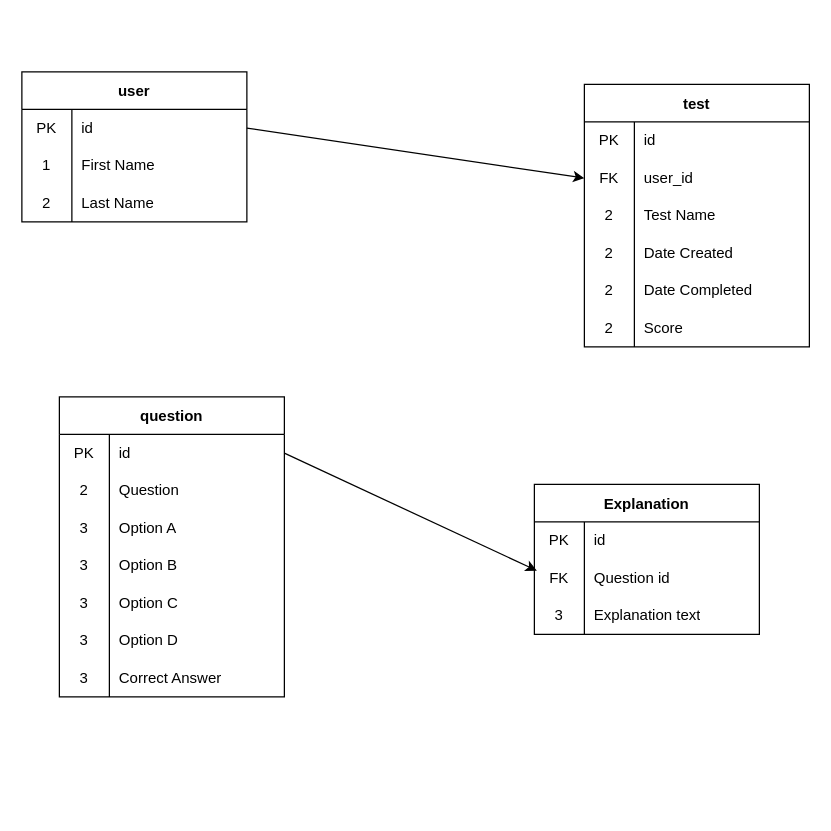
This is server/dump/db.drawio from adrianorban/quizAppServer, a draw.io file, before an edit. Source tidied: cells renumbered, new cells numbered last; positions are measured from the earlier drawing's top-left corner, leaving out a move shared by most shapes. Both pictures are drawn from the tidied source at 125%, with x=0, y=0 at pixel (21, 71).
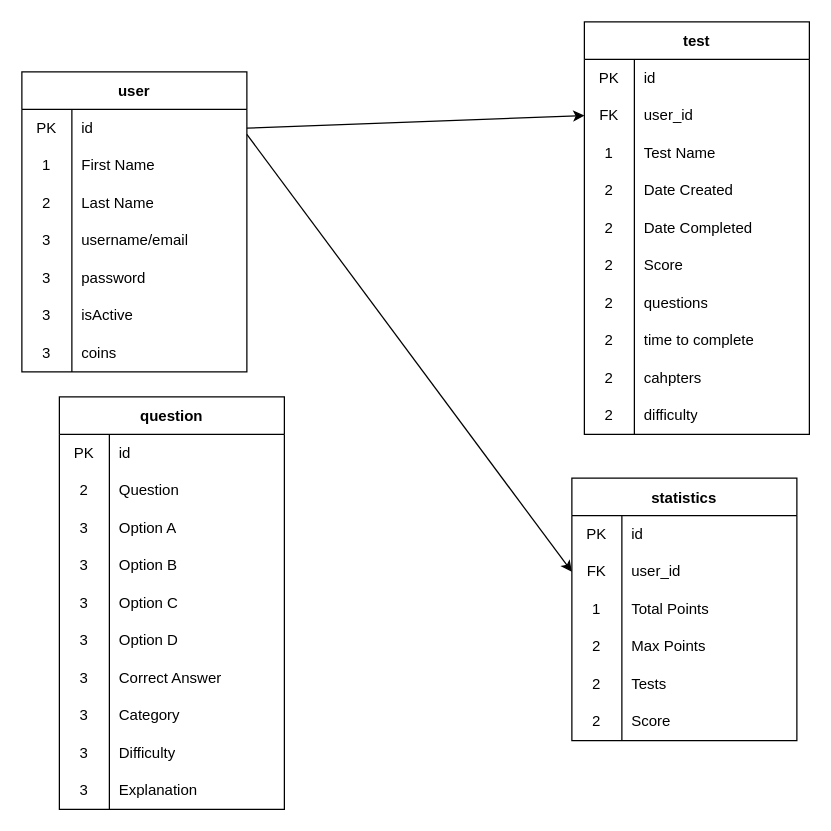
The same diagram, later.

The change refers to these unchanged cells:
```xml
<mxCell id="19" style="shape=tableRow;horizontal=0;startSize=0;swimlaneHead=0;swimlaneBody=0;top=0;left=0;bottom=0;right=0;fillColor=none;" parent="12" vertex="1">
  <mxGeometry y="90" width="180" height="30" as="geometry" />
</mxCell>
<mxCell id="32" style="shape=tableRow;horizontal=0;startSize=0;swimlaneHead=0;swimlaneBody=0;top=0;left=0;bottom=0;right=0;fillColor=none;points=[[0,0.5],[1,0.5]];portConstraint=eastwest;" parent="31" vertex="1">
  <mxGeometry y="30" width="180" height="30" as="geometry" />
</mxCell>
```

Change to the diagram source:
```diff
@@
     <mxCell id="2" value="user" style="shape=table;startSize=30;childLayout=tableLayout;rowLines=0;fontStyle=1;" parent="1" vertex="1">
-      <mxGeometry width="180" height="120" as="geometry" />
+      <mxGeometry width="180" height="240" as="geometry" />
     </mxCell>
@@
+    <mxCell id="65" style="shape=tableRow;horizontal=0;startSize=0;swimlaneHead=0;swimlaneBody=0;top=0;left=0;bottom=0;right=0;fillColor=none;" parent="2" vertex="1">
+      <mxGeometry y="120" width="180" height="30" as="geometry" />
+    </mxCell>
+    <mxCell id="66" value="3" style="shape=partialRectangle;html=1;whiteSpace=wrap;fillColor=none;top=0;left=0;bottom=0;right=0;overflow=hidden;" parent="65" vertex="1">
+      <mxGeometry width="40" height="30" as="geometry" />
+    </mxCell>
+    <mxCell id="67" value="username/email" style="shape=partialRectangle;html=1;whiteSpace=wrap;fillColor=none;top=0;left=0;bottom=0;right=0;align=left;spacingLeft=6;overflow=hidden;" parent="65" vertex="1">
+      <mxGeometry x="40" width="140" height="30" as="geometry" />
+    </mxCell>
+    <mxCell id="68" style="shape=tableRow;horizontal=0;startSize=0;swimlaneHead=0;swimlaneBody=0;top=0;left=0;bottom=0;right=0;fillColor=none;" parent="2" vertex="1">
+      <mxGeometry y="150" width="180" height="30" as="geometry" />
+    </mxCell>
+    <mxCell id="69" value="3" style="shape=partialRectangle;html=1;whiteSpace=wrap;fillColor=none;top=0;left=0;bottom=0;right=0;overflow=hidden;" parent="68" vertex="1">
+      <mxGeometry width="40" height="30" as="geometry" />
+    </mxCell>
+    <mxCell id="70" value="password" style="shape=partialRectangle;html=1;whiteSpace=wrap;fillColor=none;top=0;left=0;bottom=0;right=0;align=left;spacingLeft=6;overflow=hidden;" parent="68" vertex="1">
+      <mxGeometry x="40" width="140" height="30" as="geometry" />
+    </mxCell>
+    <mxCell id="71" style="shape=tableRow;horizontal=0;startSize=0;swimlaneHead=0;swimlaneBody=0;top=0;left=0;bottom=0;right=0;fillColor=none;" parent="2" vertex="1">
+      <mxGeometry y="180" width="180" height="30" as="geometry" />
+    </mxCell>
+    <mxCell id="72" value="3" style="shape=partialRectangle;html=1;whiteSpace=wrap;fillColor=none;top=0;left=0;bottom=0;right=0;overflow=hidden;" parent="71" vertex="1">
+      <mxGeometry width="40" height="30" as="geometry" />
+    </mxCell>
+    <mxCell id="73" value="isActive" style="shape=partialRectangle;html=1;whiteSpace=wrap;fillColor=none;top=0;left=0;bottom=0;right=0;align=left;spacingLeft=6;overflow=hidden;" parent="71" vertex="1">
+      <mxGeometry x="40" width="140" height="30" as="geometry" />
+    </mxCell>
+    <mxCell id="74" style="shape=tableRow;horizontal=0;startSize=0;swimlaneHead=0;swimlaneBody=0;top=0;left=0;bottom=0;right=0;fillColor=none;" parent="2" vertex="1">
+      <mxGeometry y="210" width="180" height="30" as="geometry" />
+    </mxCell>
+    <mxCell id="75" value="3" style="shape=partialRectangle;html=1;whiteSpace=wrap;fillColor=none;top=0;left=0;bottom=0;right=0;overflow=hidden;" parent="74" vertex="1">
+      <mxGeometry width="40" height="30" as="geometry" />
+    </mxCell>
+    <mxCell id="76" value="coins" style="shape=partialRectangle;html=1;whiteSpace=wrap;fillColor=none;top=0;left=0;bottom=0;right=0;align=left;spacingLeft=6;overflow=hidden;" parent="74" vertex="1">
+      <mxGeometry x="40" width="140" height="30" as="geometry" />
+    </mxCell>
     <mxCell id="12" value="test" style="shape=table;startSize=30;childLayout=tableLayout;rowLines=0;fontStyle=1;" parent="1" vertex="1">
-      <mxGeometry x="450" y="10" width="180" height="210" as="geometry" />
+      <mxGeometry x="450" y="-40" width="180" height="330" as="geometry" />
     </mxCell>
@@
-    <mxCell id="20" value="2" style="shape=partialRectangle;html=1;whiteSpace=wrap;fillColor=none;top=0;left=0;bottom=0;right=0;overflow=hidden;" parent="19" vertex="1">
+    <mxCell id="20" value="1" style="shape=partialRectangle;html=1;whiteSpace=wrap;fillColor=none;top=0;left=0;bottom=0;right=0;overflow=hidden;" parent="19" vertex="1">
       <mxGeometry width="40" height="30" as="geometry" />
     </mxCell>
@@
+    <mxCell id="77" style="shape=tableRow;horizontal=0;startSize=0;swimlaneHead=0;swimlaneBody=0;top=0;left=0;bottom=0;right=0;fillColor=none;" parent="12" vertex="1">
+      <mxGeometry y="210" width="180" height="30" as="geometry" />
+    </mxCell>
+    <mxCell id="78" value="2" style="shape=partialRectangle;html=1;whiteSpace=wrap;fillColor=none;top=0;left=0;bottom=0;right=0;overflow=hidden;" parent="77" vertex="1">
+      <mxGeometry width="40" height="30" as="geometry" />
+    </mxCell>
+    <mxCell id="79" value="questions" style="shape=partialRectangle;html=1;whiteSpace=wrap;fillColor=none;top=0;left=0;bottom=0;right=0;align=left;spacingLeft=6;overflow=hidden;" parent="77" vertex="1">
+      <mxGeometry x="40" width="140" height="30" as="geometry" />
+    </mxCell>
+    <mxCell id="80" style="shape=tableRow;horizontal=0;startSize=0;swimlaneHead=0;swimlaneBody=0;top=0;left=0;bottom=0;right=0;fillColor=none;" parent="12" vertex="1">
+      <mxGeometry y="240" width="180" height="30" as="geometry" />
+    </mxCell>
+    <mxCell id="81" value="2" style="shape=partialRectangle;html=1;whiteSpace=wrap;fillColor=none;top=0;left=0;bottom=0;right=0;overflow=hidden;" parent="80" vertex="1">
+      <mxGeometry width="40" height="30" as="geometry" />
+    </mxCell>
+    <mxCell id="82" value="time to complete" style="shape=partialRectangle;html=1;whiteSpace=wrap;fillColor=none;top=0;left=0;bottom=0;right=0;align=left;spacingLeft=6;overflow=hidden;" parent="80" vertex="1">
+      <mxGeometry x="40" width="140" height="30" as="geometry" />
+    </mxCell>
+    <mxCell id="83" style="shape=tableRow;horizontal=0;startSize=0;swimlaneHead=0;swimlaneBody=0;top=0;left=0;bottom=0;right=0;fillColor=none;" parent="12" vertex="1">
+      <mxGeometry y="270" width="180" height="30" as="geometry" />
+    </mxCell>
+    <mxCell id="84" value="2" style="shape=partialRectangle;html=1;whiteSpace=wrap;fillColor=none;top=0;left=0;bottom=0;right=0;overflow=hidden;" parent="83" vertex="1">
+      <mxGeometry width="40" height="30" as="geometry" />
+    </mxCell>
+    <mxCell id="85" value="cahpters" style="shape=partialRectangle;html=1;whiteSpace=wrap;fillColor=none;top=0;left=0;bottom=0;right=0;align=left;spacingLeft=6;overflow=hidden;" parent="83" vertex="1">
+      <mxGeometry x="40" width="140" height="30" as="geometry" />
+    </mxCell>
+    <mxCell id="86" style="shape=tableRow;horizontal=0;startSize=0;swimlaneHead=0;swimlaneBody=0;top=0;left=0;bottom=0;right=0;fillColor=none;" parent="12" vertex="1">
+      <mxGeometry y="300" width="180" height="30" as="geometry" />
+    </mxCell>
+    <mxCell id="87" value="2" style="shape=partialRectangle;html=1;whiteSpace=wrap;fillColor=none;top=0;left=0;bottom=0;right=0;overflow=hidden;" parent="86" vertex="1">
+      <mxGeometry width="40" height="30" as="geometry" />
+    </mxCell>
+    <mxCell id="88" value="difficulty" style="shape=partialRectangle;html=1;whiteSpace=wrap;fillColor=none;top=0;left=0;bottom=0;right=0;align=left;spacingLeft=6;overflow=hidden;" parent="86" vertex="1">
+      <mxGeometry x="40" width="140" height="30" as="geometry" />
+    </mxCell>
     <mxCell id="31" value="question" style="shape=table;startSize=30;childLayout=tableLayout;rowLines=0;fontStyle=1;" parent="1" vertex="1">
-      <mxGeometry x="30" y="260" width="180" height="240" as="geometry" />
+      <mxGeometry x="30" y="260" width="180" height="330" as="geometry" />
     </mxCell>
@@
+    <mxCell id="89" style="shape=tableRow;horizontal=0;startSize=0;swimlaneHead=0;swimlaneBody=0;top=0;left=0;bottom=0;right=0;fillColor=none;" parent="31" vertex="1">
+      <mxGeometry y="240" width="180" height="30" as="geometry" />
+    </mxCell>
+    <mxCell id="90" value="3" style="shape=partialRectangle;html=1;whiteSpace=wrap;fillColor=none;top=0;left=0;bottom=0;right=0;overflow=hidden;" parent="89" vertex="1">
+      <mxGeometry width="40" height="30" as="geometry" />
+    </mxCell>
+    <mxCell id="91" value="Category" style="shape=partialRectangle;html=1;whiteSpace=wrap;fillColor=none;top=0;left=0;bottom=0;right=0;align=left;spacingLeft=6;overflow=hidden;" parent="89" vertex="1">
+      <mxGeometry x="40" width="140" height="30" as="geometry" />
+    </mxCell>
+    <mxCell id="92" style="shape=tableRow;horizontal=0;startSize=0;swimlaneHead=0;swimlaneBody=0;top=0;left=0;bottom=0;right=0;fillColor=none;" parent="31" vertex="1">
+      <mxGeometry y="270" width="180" height="30" as="geometry" />
+    </mxCell>
+    <mxCell id="93" value="3" style="shape=partialRectangle;html=1;whiteSpace=wrap;fillColor=none;top=0;left=0;bottom=0;right=0;overflow=hidden;" parent="92" vertex="1">
+      <mxGeometry width="40" height="30" as="geometry" />
+    </mxCell>
+    <mxCell id="94" value="Difficulty" style="shape=partialRectangle;html=1;whiteSpace=wrap;fillColor=none;top=0;left=0;bottom=0;right=0;align=left;spacingLeft=6;overflow=hidden;" parent="92" vertex="1">
+      <mxGeometry x="40" width="140" height="30" as="geometry" />
+    </mxCell>
+    <mxCell id="95" style="shape=tableRow;horizontal=0;startSize=0;swimlaneHead=0;swimlaneBody=0;top=0;left=0;bottom=0;right=0;fillColor=none;" parent="31" vertex="1">
+      <mxGeometry y="300" width="180" height="30" as="geometry" />
+    </mxCell>
+    <mxCell id="96" value="3" style="shape=partialRectangle;html=1;whiteSpace=wrap;fillColor=none;top=0;left=0;bottom=0;right=0;overflow=hidden;" parent="95" vertex="1">
+      <mxGeometry width="40" height="30" as="geometry" />
+    </mxCell>
+    <mxCell id="54" value="Explanation" style="shape=partialRectangle;html=1;whiteSpace=wrap;fillColor=none;top=0;left=0;bottom=0;right=0;align=left;spacingLeft=6;overflow=hidden;" parent="95" vertex="1">
+      <mxGeometry x="40" width="140" height="30" as="geometry" />
+    </mxCell>
@@
-    <mxCell id="54" value="Explanation" style="shape=table;startSize=30;childLayout=tableLayout;rowLines=0;fontStyle=1;" parent="1" vertex="1">
-      <mxGeometry x="410" y="330" width="180" height="120" as="geometry" />
-    </mxCell>
+    <mxCell id="97" value="statistics" style="shape=table;startSize=30;childLayout=tableLayout;rowLines=0;fontStyle=1;" parent="1" vertex="1">
+      <mxGeometry x="440" y="325" width="180" height="210" as="geometry" />
+    </mxCell>
-    <mxCell id="55" style="shape=tableRow;horizontal=0;startSize=0;swimlaneHead=0;swimlaneBody=0;top=0;left=0;bottom=0;right=0;fillColor=none;" parent="54" vertex="1">
+    <mxCell id="55" style="shape=tableRow;horizontal=0;startSize=0;swimlaneHead=0;swimlaneBody=0;top=0;left=0;bottom=0;right=0;fillColor=none;" parent="97" vertex="1">
       <mxGeometry y="30" width="180" height="30" as="geometry" />
     </mxCell>
@@
-    <mxCell id="58" style="shape=tableRow;horizontal=0;startSize=0;swimlaneHead=0;swimlaneBody=0;top=0;left=0;bottom=0;right=0;fillColor=none;points=[[0,0.5],[1,0.5]];portConstraint=eastwest;" parent="54" vertex="1">
+    <mxCell id="58" style="shape=tableRow;horizontal=0;startSize=0;swimlaneHead=0;swimlaneBody=0;top=0;left=0;bottom=0;right=0;fillColor=none;points=[[0,0.5],[1,0.5]];portConstraint=eastwest;" parent="97" vertex="1">
       <mxGeometry y="60" width="180" height="30" as="geometry" />
     </mxCell>
@@
-    <mxCell id="60" value="Question id" style="shape=partialRectangle;html=1;whiteSpace=wrap;fillColor=none;top=0;left=0;bottom=0;right=0;align=left;spacingLeft=6;overflow=hidden;" parent="58" vertex="1">
-      <mxGeometry x="40" width="140" height="30" as="geometry" />
-    </mxCell>
+    <mxCell id="98" value="user_id" style="shape=partialRectangle;html=1;whiteSpace=wrap;fillColor=none;top=0;left=0;bottom=0;right=0;align=left;spacingLeft=6;overflow=hidden;" parent="58" vertex="1">
+      <mxGeometry x="40" width="140" height="30" as="geometry" />
+    </mxCell>
-    <mxCell id="61" style="shape=tableRow;horizontal=0;startSize=0;swimlaneHead=0;swimlaneBody=0;top=0;left=0;bottom=0;right=0;fillColor=none;" parent="54" vertex="1">
+    <mxCell id="61" style="shape=tableRow;horizontal=0;startSize=0;swimlaneHead=0;swimlaneBody=0;top=0;left=0;bottom=0;right=0;fillColor=none;" parent="97" vertex="1">
       <mxGeometry y="90" width="180" height="30" as="geometry" />
     </mxCell>
-    <mxCell id="62" value="3" style="shape=partialRectangle;html=1;whiteSpace=wrap;fillColor=none;top=0;left=0;bottom=0;right=0;overflow=hidden;" parent="61" vertex="1">
-      <mxGeometry width="40" height="30" as="geometry" />
-    </mxCell>
-    <mxCell id="63" value="Explanation text" style="shape=partialRectangle;html=1;whiteSpace=wrap;fillColor=none;top=0;left=0;bottom=0;right=0;align=left;spacingLeft=6;overflow=hidden;" parent="61" vertex="1">
-      <mxGeometry x="40" width="140" height="30" as="geometry" />
-    </mxCell>
-    <mxCell id="64" style="edgeStyle=none;html=1;exitX=1;exitY=0.5;exitDx=0;exitDy=0;entryX=0.011;entryY=0.3;entryDx=0;entryDy=0;entryPerimeter=0;" parent="1" edge="1" source="32" target="58">
-      <mxGeometry relative="1" as="geometry" />
-    </mxCell>
+    <mxCell id="99" value="1" style="shape=partialRectangle;html=1;whiteSpace=wrap;fillColor=none;top=0;left=0;bottom=0;right=0;overflow=hidden;" parent="61" vertex="1">
+      <mxGeometry width="40" height="30" as="geometry" />
+    </mxCell>
+    <mxCell id="100" value="Total Points" style="shape=partialRectangle;html=1;whiteSpace=wrap;fillColor=none;top=0;left=0;bottom=0;right=0;align=left;spacingLeft=6;overflow=hidden;" parent="61" vertex="1">
+      <mxGeometry x="40" width="140" height="30" as="geometry" />
+    </mxCell>
+    <mxCell id="101" style="shape=tableRow;horizontal=0;startSize=0;swimlaneHead=0;swimlaneBody=0;top=0;left=0;bottom=0;right=0;fillColor=none;" parent="97" vertex="1">
+      <mxGeometry y="120" width="180" height="30" as="geometry" />
+    </mxCell>
+    <mxCell id="102" value="2" style="shape=partialRectangle;html=1;whiteSpace=wrap;fillColor=none;top=0;left=0;bottom=0;right=0;overflow=hidden;" parent="101" vertex="1">
+      <mxGeometry width="40" height="30" as="geometry" />
+    </mxCell>
+    <mxCell id="103" value="Max Points" style="shape=partialRectangle;html=1;whiteSpace=wrap;fillColor=none;top=0;left=0;bottom=0;right=0;align=left;spacingLeft=6;overflow=hidden;" parent="101" vertex="1">
+      <mxGeometry x="40" width="140" height="30" as="geometry" />
+    </mxCell>
+    <mxCell id="104" style="shape=tableRow;horizontal=0;startSize=0;swimlaneHead=0;swimlaneBody=0;top=0;left=0;bottom=0;right=0;fillColor=none;" parent="97" vertex="1">
+      <mxGeometry y="150" width="180" height="30" as="geometry" />
+    </mxCell>
+    <mxCell id="105" value="2" style="shape=partialRectangle;html=1;whiteSpace=wrap;fillColor=none;top=0;left=0;bottom=0;right=0;overflow=hidden;" parent="104" vertex="1">
+      <mxGeometry width="40" height="30" as="geometry" />
+    </mxCell>
+    <mxCell id="106" value="Tests" style="shape=partialRectangle;html=1;whiteSpace=wrap;fillColor=none;top=0;left=0;bottom=0;right=0;align=left;spacingLeft=6;overflow=hidden;" parent="104" vertex="1">
+      <mxGeometry x="40" width="140" height="30" as="geometry" />
+    </mxCell>
+    <mxCell id="107" style="shape=tableRow;horizontal=0;startSize=0;swimlaneHead=0;swimlaneBody=0;top=0;left=0;bottom=0;right=0;fillColor=none;" parent="97" vertex="1">
+      <mxGeometry y="180" width="180" height="30" as="geometry" />
+    </mxCell>
+    <mxCell id="108" value="2" style="shape=partialRectangle;html=1;whiteSpace=wrap;fillColor=none;top=0;left=0;bottom=0;right=0;overflow=hidden;" parent="107" vertex="1">
+      <mxGeometry width="40" height="30" as="geometry" />
+    </mxCell>
+    <mxCell id="109" value="Score" style="shape=partialRectangle;html=1;whiteSpace=wrap;fillColor=none;top=0;left=0;bottom=0;right=0;align=left;spacingLeft=6;overflow=hidden;" parent="107" vertex="1">
+      <mxGeometry x="40" width="140" height="30" as="geometry" />
+    </mxCell>
+    <mxCell id="110" style="edgeStyle=none;html=1;entryX=0;entryY=0.5;entryDx=0;entryDy=0;" parent="1" edge="1" target="58">
+      <mxGeometry relative="1" as="geometry">
+        <mxPoint x="180" y="50" as="sourcePoint" />
+      </mxGeometry>
+    </mxCell>
```
